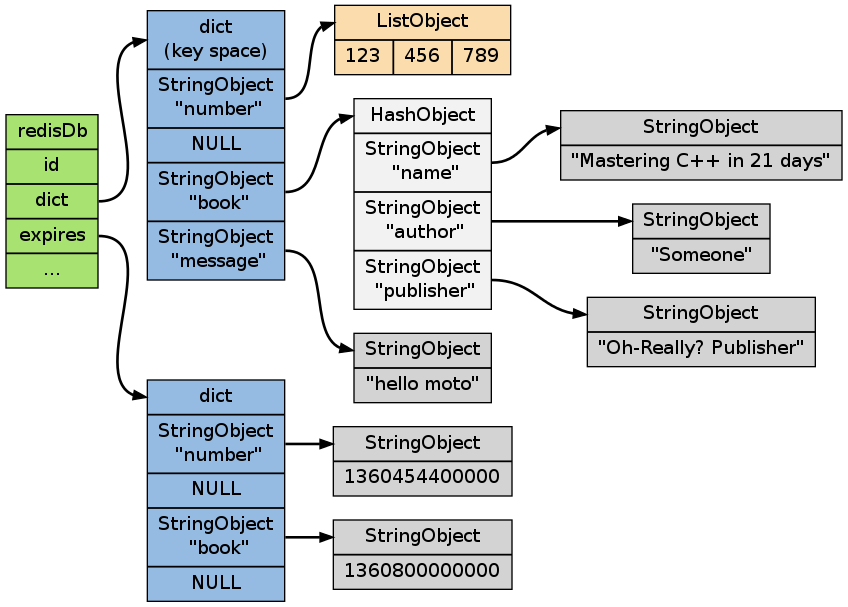
The Graphviz diagram internal/image/db-with-expire-time.png in huangzworks/redisbook, before a commit. Its source is kept beside it as internal/image/db-with-expire-time.dot.
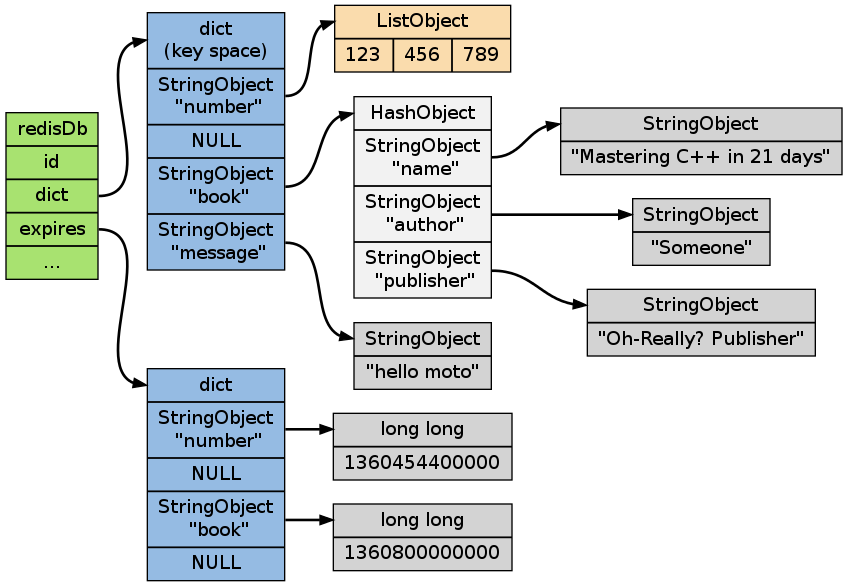
The same diagram one commit later.

Diff of the diagram source:
```diff
@@ -36,9 +36,9 @@
 
     expires [label = "<head>dict |<number>StringObject\n \"number\" | NULL |<book>StringObject\n \"book\" | NULL ", fillcolor = "#95BBE3"];
 
-    expire_of_number [label = "<head>StringObject | 1360454400000 "];
+    expire_of_number [label = "<head>long long | 1360454400000 "];
 
-    expire_of_book [label = "<head>StringObject | 1360800000000 "];
+    expire_of_book [label = "<head>long long | 1360800000000 "];
 
 
     redisDb:expires -> expires:head;
```
